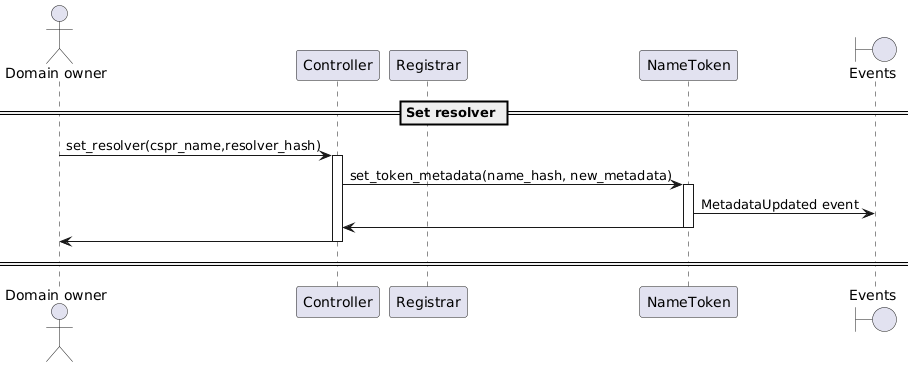
Earlier version of the PlantUML export docs/sequence-diagrams/puml/set-resolver.png (make-software/cspr-name-contracts).
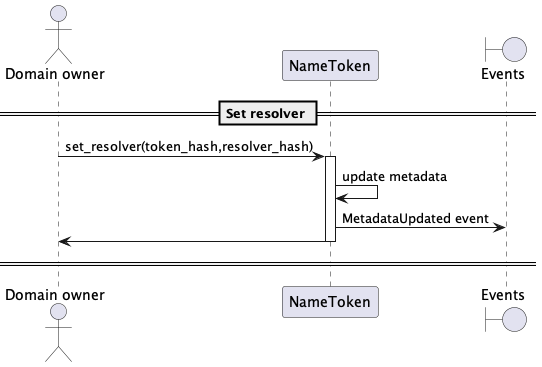
The same file after the commit.

Change to the diagram source:
```diff
@@ -1,23 +1,17 @@
 @startuml
 
 actor "Domain owner"
-participant "Controller"
-participant "Registrar"
 participant "NameToken"
 boundary "Events"
 
 == Set resolver ==
 
-"Domain owner" -> Controller: set_resolver(cspr_name,resolver_hash)
-activate Controller
-
-Controller -> NameToken: set_token_metadata(name_hash, new_metadata)
+"Domain owner" -> NameToken: set_resolver(token_hash,resolver_hash)
 activate NameToken
+NameToken -> NameToken: update metadata
 NameToken -> "Events": MetadataUpdated event
-NameToken -> Controller
+NameToken -> "Domain owner"
 deactivate NameToken
-Controller -> "Domain owner"
-deactivate Controller
 
 == ==
 
```
